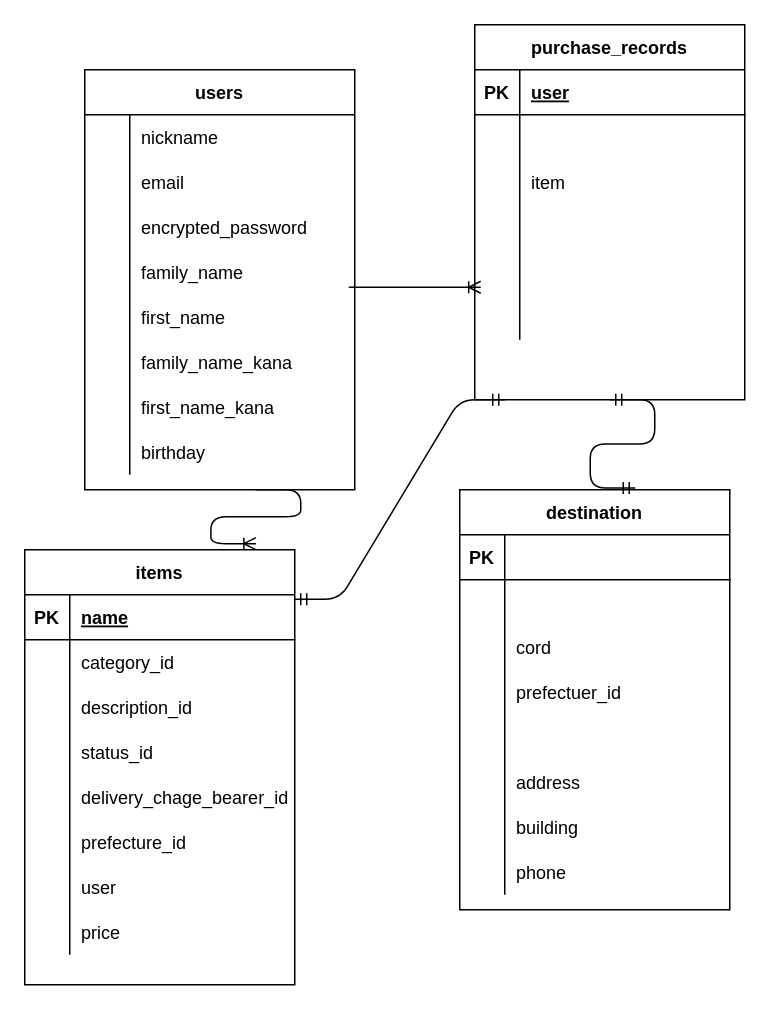
The draw.io diagram README.dio in akifumiyamane/furima-38392, before the edit. Source tidied: cells renumbered, new cells numbered last; positions are measured from the earlier drawing's top-left corner, leaving out a move shared by most shapes. Both pictures are drawn from the tidied source at 150%, with x=0, y=0 at pixel (24, 24).
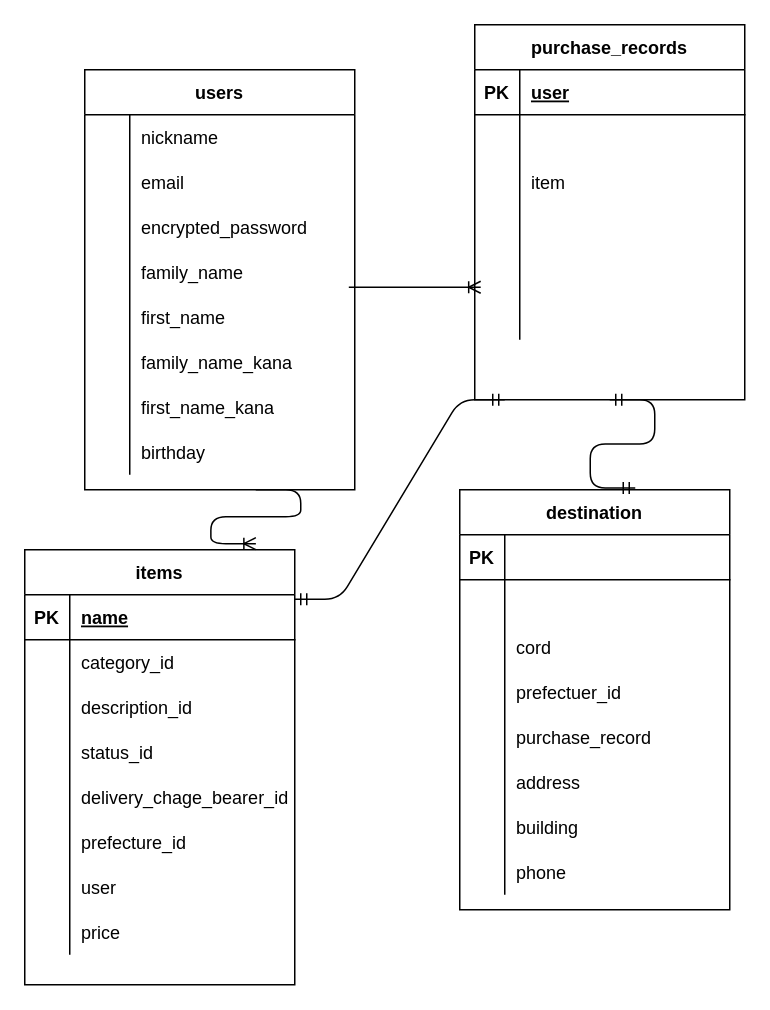
The same diagram, later.

Commit message (it also covers changes not shown here):
データベース設計

The change refers to these unchanged cells:
```xml
<mxCell id="59" style="shape=partialRectangle;fillColor=none;top=0;left=0;bottom=0;right=0;" parent="46" vertex="1">
  <mxGeometry y="150" width="180" height="30" as="geometry" />
</mxCell>
```

What changed in the source:
```diff
@@
-    <mxCell id="61" style="shape=partialRectangle;fillColor=none;top=0;left=0;bottom=0;right=0;align=left;spacingLeft=6;overflow=hidden;" parent="59" vertex="1">
+    <mxCell id="61" value="purchase_record" style="shape=partialRectangle;fillColor=none;top=0;left=0;bottom=0;right=0;align=left;spacingLeft=6;overflow=hidden;" parent="59" vertex="1">
       <mxGeometry x="30" width="150" height="30" as="geometry" />
     </mxCell>
```
